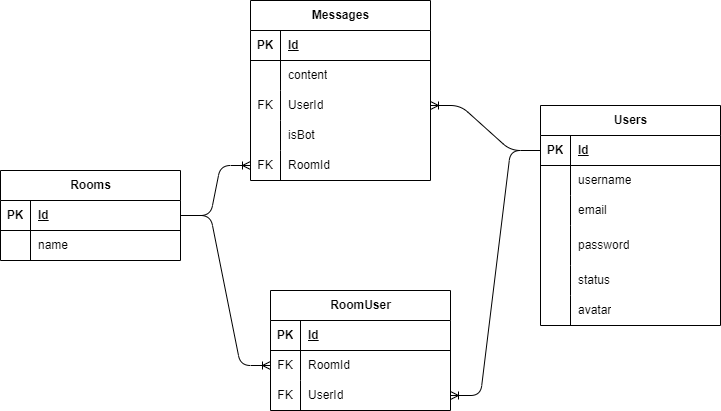
Above: schema.drawio.png in GROP-PROJECT-P2/server (draw.io), before the change. Source tidied: cells renumbered, new cells last; positions are measured from the earlier drawing's top-left corner, leaving out a move shared by most shapes.
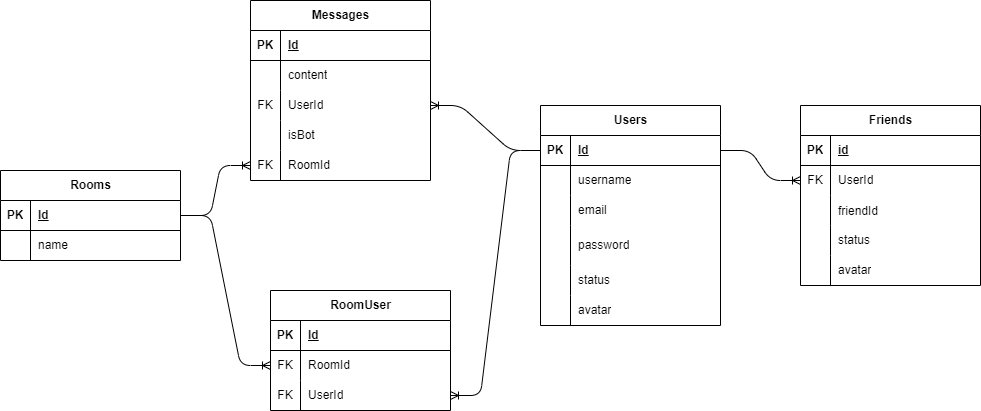
After the commit.

The edit, as a diff of the source:
```diff
@@ -170,5 +170,56 @@
     <mxCell id="57" style="edgeStyle=entityRelationEdgeStyle;fontSize=12;html=1;endArrow=ERoneToMany;" parent="1" edge="1" source="38" target="48">
       <mxGeometry relative="1" as="geometry" />
     </mxCell>
+    <mxCell id="58" value="Friends" style="shape=table;startSize=30;rowLines=0;fontStyle=1;align=center;html=1;" parent="1" vertex="1">
+      <mxGeometry x="800" y="105" width="180" height="180" as="geometry" />
+    </mxCell>
+    <mxCell id="59" style="shape=tableRow;horizontal=0;startSize=0;swimlaneHead=0;swimlaneBody=0;fillColor=none;top=0;left=0;right=0;bottom=1;" parent="58" vertex="1">
+      <mxGeometry y="30" width="180" height="30" as="geometry" />
+    </mxCell>
+    <mxCell id="60" value="PK" style="shape=partialRectangle;fillColor=none;top=0;left=0;bottom=0;right=0;fontStyle=1;overflow=hidden;whiteSpace=wrap;html=1;" parent="59" vertex="1">
+      <mxGeometry width="30" height="30" as="geometry" />
+    </mxCell>
+    <mxCell id="61" value="id" style="shape=partialRectangle;fillColor=none;top=0;left=0;bottom=0;right=0;align=left;spacingLeft=6;fontStyle=5;overflow=hidden;whiteSpace=wrap;html=1;" parent="59" vertex="1">
+      <mxGeometry x="30" width="150" height="30" as="geometry" />
+    </mxCell>
+    <mxCell id="62" style="shape=tableRow;horizontal=0;startSize=0;swimlaneHead=0;swimlaneBody=0;fillColor=none;points=[[0,0.5],[1,0.5]];portConstraint=eastwest;top=0;left=0;right=0;bottom=0;" parent="58" vertex="1">
+      <mxGeometry y="60" width="180" height="30" as="geometry" />
+    </mxCell>
+    <mxCell id="63" value="FK" style="shape=partialRectangle;fillColor=none;top=0;left=0;bottom=0;right=0;overflow=hidden;whiteSpace=wrap;html=1;" parent="62" vertex="1">
+      <mxGeometry width="30" height="30" as="geometry" />
+    </mxCell>
+    <mxCell id="64" value="UserId" style="shape=partialRectangle;fillColor=none;top=0;left=0;bottom=0;right=0;align=left;spacingLeft=6;overflow=hidden;whiteSpace=wrap;html=1;" parent="62" vertex="1">
+      <mxGeometry x="30" width="150" height="30" as="geometry" />
+    </mxCell>
+    <mxCell id="65" style="shape=tableRow;horizontal=0;startSize=0;swimlaneHead=0;swimlaneBody=0;fillColor=none;top=0;left=0;right=0;bottom=0;" parent="58" vertex="1">
+      <mxGeometry y="90" width="180" height="30" as="geometry" />
+    </mxCell>
+    <mxCell id="66" style="shape=partialRectangle;fillColor=none;top=0;left=0;bottom=0;right=0;overflow=hidden;" parent="65" vertex="1">
+      <mxGeometry width="30" height="30" as="geometry" />
+    </mxCell>
+    <mxCell id="67" value="friendId" style="shape=partialRectangle;fillColor=none;top=0;left=0;bottom=0;right=0;align=left;spacingLeft=6;overflow=hidden;" parent="65" vertex="1">
+      <mxGeometry x="30" width="150" height="30" as="geometry" />
+    </mxCell>
+    <mxCell id="68" style="shape=tableRow;horizontal=0;startSize=0;swimlaneHead=0;swimlaneBody=0;fillColor=none;top=0;left=0;right=0;bottom=0;" parent="58" vertex="1">
+      <mxGeometry y="120" width="180" height="30" as="geometry" />
+    </mxCell>
+    <mxCell id="69" style="shape=partialRectangle;fillColor=none;top=0;left=0;bottom=0;right=0;overflow=hidden;whiteSpace=wrap;html=1;" parent="68" vertex="1">
+      <mxGeometry width="30" height="30" as="geometry" />
+    </mxCell>
+    <mxCell id="70" value="status" style="shape=partialRectangle;fillColor=none;top=0;left=0;bottom=0;right=0;align=left;spacingLeft=6;overflow=hidden;whiteSpace=wrap;html=1;" parent="68" vertex="1">
+      <mxGeometry x="30" width="150" height="30" as="geometry" />
+    </mxCell>
+    <mxCell id="71" style="shape=tableRow;horizontal=0;startSize=0;swimlaneHead=0;swimlaneBody=0;fillColor=none;top=0;left=0;right=0;bottom=0;" parent="58" vertex="1">
+      <mxGeometry y="150" width="180" height="30" as="geometry" />
+    </mxCell>
+    <mxCell id="72" style="shape=partialRectangle;fillColor=none;top=0;left=0;bottom=0;right=0;overflow=hidden;whiteSpace=wrap;html=1;" parent="71" vertex="1">
+      <mxGeometry width="30" height="30" as="geometry" />
+    </mxCell>
+    <mxCell id="73" value="avatar" style="shape=partialRectangle;fillColor=none;top=0;left=0;bottom=0;right=0;align=left;spacingLeft=6;overflow=hidden;whiteSpace=wrap;html=1;" parent="71" vertex="1">
+      <mxGeometry x="30" width="150" height="30" as="geometry" />
+    </mxCell>
+    <mxCell id="74" style="edgeStyle=entityRelationEdgeStyle;fontSize=12;html=1;endArrow=ERoneToMany;exitX=1;exitY=0.5;exitDx=0;exitDy=0;entryX=0;entryY=0.5;entryDx=0;entryDy=0;" parent="1" edge="1" source="3" target="62">
+      <mxGeometry relative="1" as="geometry" />
+    </mxCell>
   </root>
 </mxGraphModel>
```
